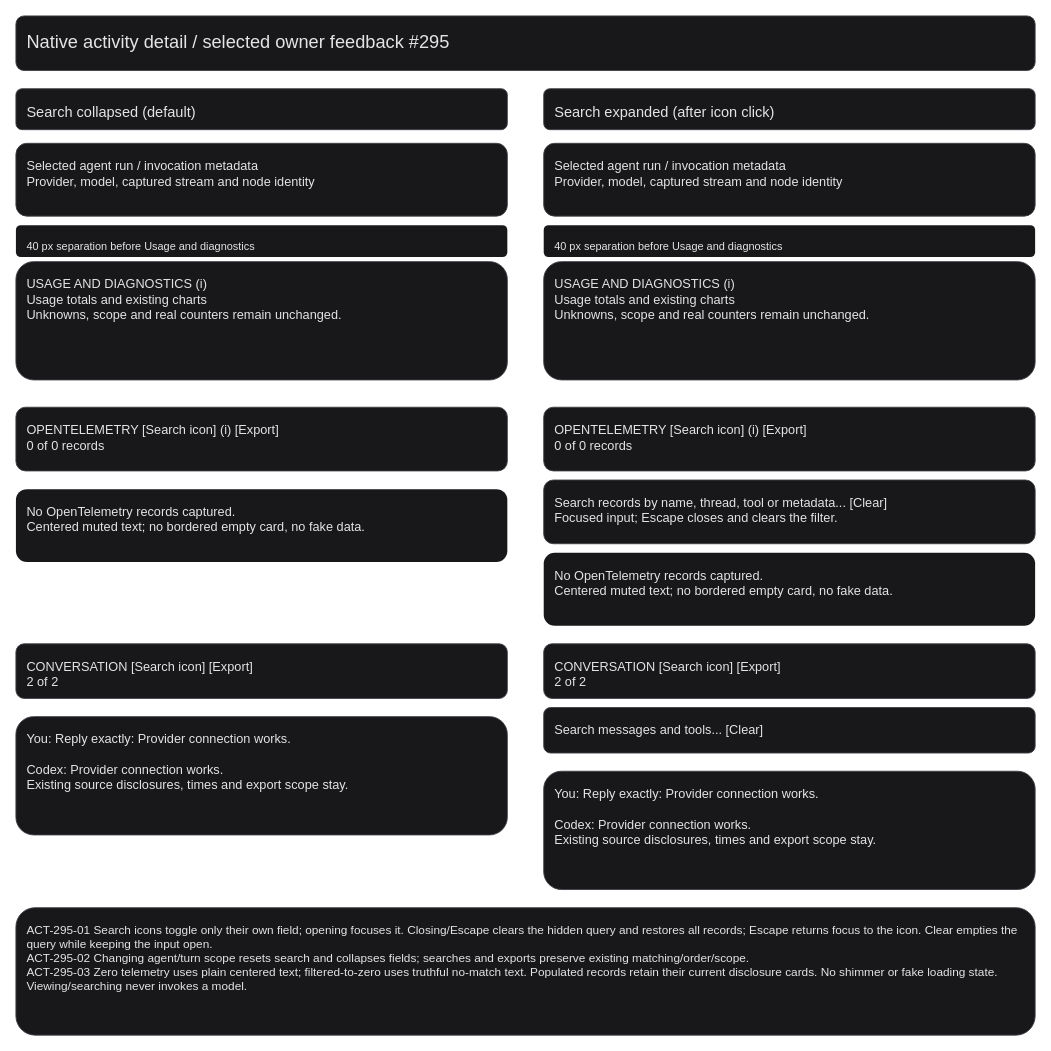
This is page "Activity detail controls - feedback 295" (2 of 2) of projects/laomedo/subsystems/run-traces/design/agent-activity.drawio from amadou-6e/specs, a draw.io file, before an edit. Source tidied: cells renumbered, new cells numbered last; positions are measured from the earlier drawing's top-left corner, leaving out a move shared by most shapes. Both pictures are drawn from the tidied source at 91%, with x=0, y=0 at pixel (15, 15).
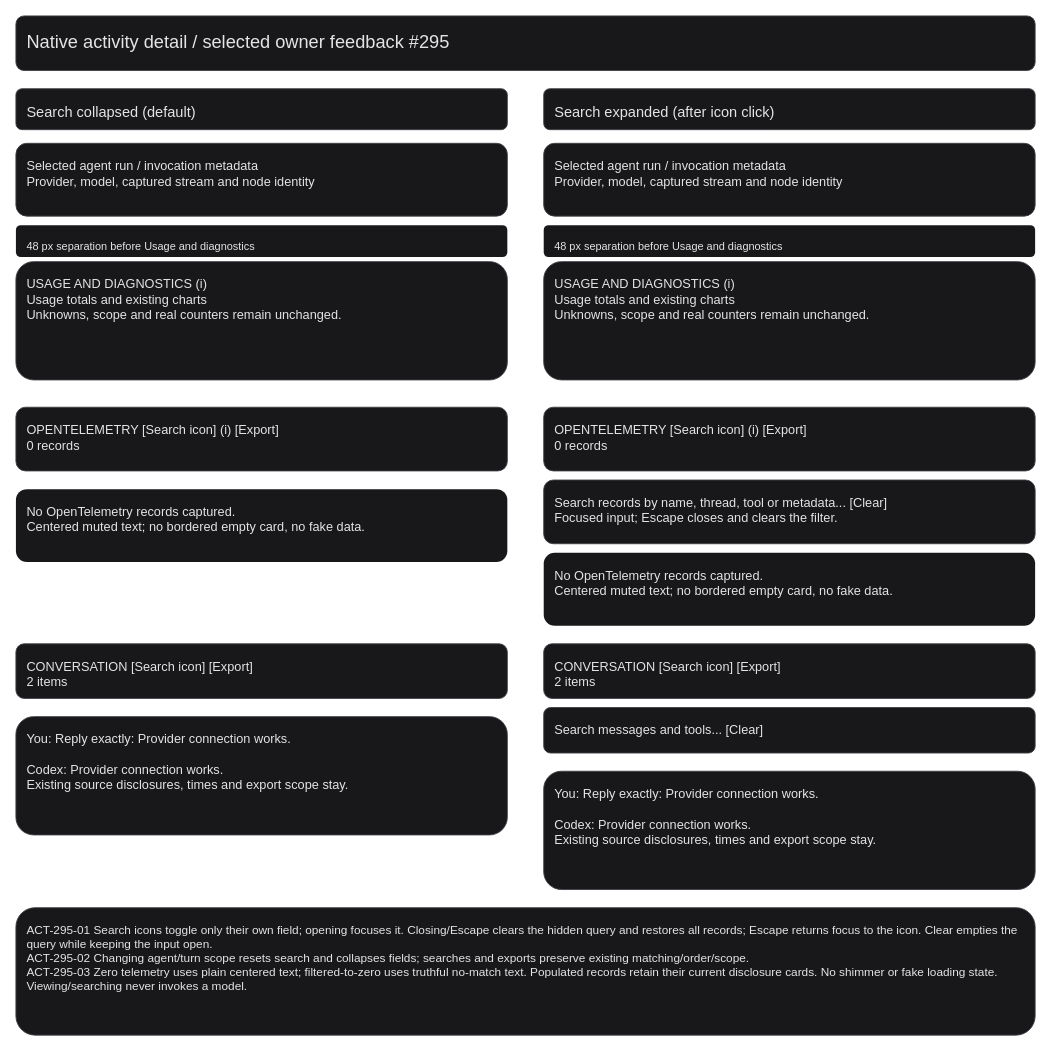
The same diagram, later.

Commit message (it also covers changes not shown here):
docs: align activity layout and count labels

Change to the diagram source:
```diff
@@
-    <mxCell id="5" value="40 px separation before Usage and diagnostics" style="rounded=1;whiteSpace=wrap;html=0;align=left;verticalAlign=top;spacing=12;fillColor=#18181b;strokeColor=none;fontColor=#e4e4e7;fontSize=12;fontFamily=Arial;" parent="1" vertex="1">
+    <mxCell id="5" value="48 px separation before Usage and diagnostics" style="rounded=1;whiteSpace=wrap;html=0;align=left;verticalAlign=top;spacing=12;fillColor=#18181b;strokeColor=none;fontColor=#e4e4e7;fontSize=12;fontFamily=Arial;" parent="1" vertex="1">
       <mxGeometry y="230" width="540" height="35" as="geometry" />
     </mxCell>
@@
-    <mxCell id="7" value="OPENTELEMETRY     [Search icon]  (i)  [Export]&#10;0 of 0 records" style="rounded=1;whiteSpace=wrap;html=0;align=left;verticalAlign=top;spacing=12;fillColor=#18181b;strokeColor=#3f3f46;fontColor=#e4e4e7;fontSize=14;fontFamily=Arial;" parent="1" vertex="1">
+    <mxCell id="7" value="OPENTELEMETRY     [Search icon]  (i)  [Export]&#10;0 records" style="rounded=1;whiteSpace=wrap;html=0;align=left;verticalAlign=top;spacing=12;fillColor=#18181b;strokeColor=#3f3f46;fontColor=#e4e4e7;fontSize=14;fontFamily=Arial;" parent="1" vertex="1">
       <mxGeometry y="430" width="540" height="70" as="geometry" />
     </mxCell>
@@
-    <mxCell id="9" value="CONVERSATION     [Search icon]  [Export]&#10;2 of 2" style="rounded=1;whiteSpace=wrap;html=0;align=left;verticalAlign=top;spacing=12;fillColor=#18181b;strokeColor=#3f3f46;fontColor=#e4e4e7;fontSize=14;fontFamily=Arial;" parent="1" vertex="1">
+    <mxCell id="9" value="CONVERSATION     [Search icon]  [Export]&#10;2 items" style="rounded=1;whiteSpace=wrap;html=0;align=left;verticalAlign=top;spacing=12;fillColor=#18181b;strokeColor=#3f3f46;fontColor=#e4e4e7;fontSize=14;fontFamily=Arial;" parent="1" vertex="1">
       <mxGeometry y="690" width="540" height="60" as="geometry" />
     </mxCell>
@@
-    <mxCell id="13" value="40 px separation before Usage and diagnostics" style="rounded=1;whiteSpace=wrap;html=0;align=left;verticalAlign=top;spacing=12;fillColor=#18181b;strokeColor=none;fontColor=#e4e4e7;fontSize=12;fontFamily=Arial;" parent="1" vertex="1">
+    <mxCell id="13" value="48 px separation before Usage and diagnostics" style="rounded=1;whiteSpace=wrap;html=0;align=left;verticalAlign=top;spacing=12;fillColor=#18181b;strokeColor=none;fontColor=#e4e4e7;fontSize=12;fontFamily=Arial;" parent="1" vertex="1">
       <mxGeometry x="580" y="230" width="540" height="35" as="geometry" />
     </mxCell>
@@
-    <mxCell id="15" value="OPENTELEMETRY     [Search icon]  (i)  [Export]&#10;0 of 0 records" style="rounded=1;whiteSpace=wrap;html=0;align=left;verticalAlign=top;spacing=12;fillColor=#18181b;strokeColor=#3f3f46;fontColor=#e4e4e7;fontSize=14;fontFamily=Arial;" parent="1" vertex="1">
+    <mxCell id="15" value="OPENTELEMETRY     [Search icon]  (i)  [Export]&#10;0 records" style="rounded=1;whiteSpace=wrap;html=0;align=left;verticalAlign=top;spacing=12;fillColor=#18181b;strokeColor=#3f3f46;fontColor=#e4e4e7;fontSize=14;fontFamily=Arial;" parent="1" vertex="1">
       <mxGeometry x="580" y="430" width="540" height="70" as="geometry" />
     </mxCell>
@@
-    <mxCell id="18" value="CONVERSATION     [Search icon]  [Export]&#10;2 of 2" style="rounded=1;whiteSpace=wrap;html=0;align=left;verticalAlign=top;spacing=12;fillColor=#18181b;strokeColor=#3f3f46;fontColor=#e4e4e7;fontSize=14;fontFamily=Arial;" parent="1" vertex="1">
+    <mxCell id="18" value="CONVERSATION     [Search icon]  [Export]&#10;2 items" style="rounded=1;whiteSpace=wrap;html=0;align=left;verticalAlign=top;spacing=12;fillColor=#18181b;strokeColor=#3f3f46;fontColor=#e4e4e7;fontSize=14;fontFamily=Arial;" parent="1" vertex="1">
       <mxGeometry x="580" y="690" width="540" height="60" as="geometry" />
     </mxCell>
```
